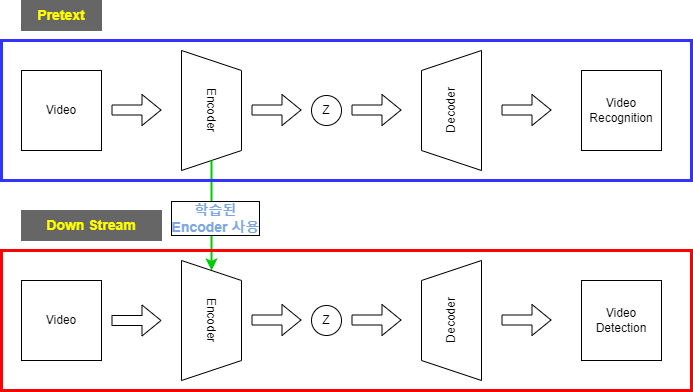
Kyoungrae-Noh/Self-Supervised-Learning keeps this draw.io diagram as 연구주제.drawio.png. Above is the earlier version. Source tidied: cells renumbered, new cells last; positions are measured from the earlier drawing's top-left corner, leaving out a move shared by most shapes.
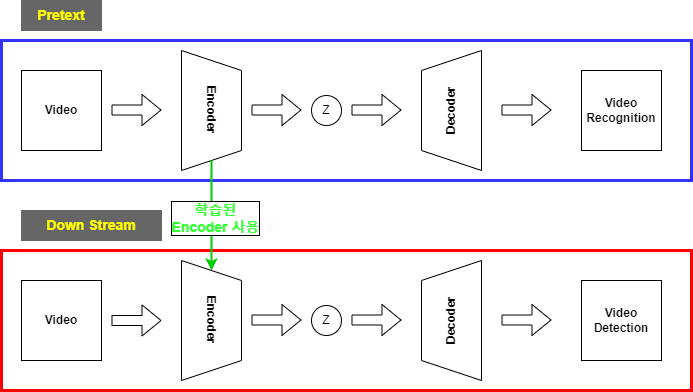
After the change.

Commit message:
연구주제.drawio.png 업데이트

What changed in the source:
```diff
@@ -2,10 +2,16 @@
   <root>
     <mxCell id="0" />
     <mxCell id="1" parent="0" />
+    <mxCell id="24" style="rounded=0;whiteSpace=wrap;html=1;strokeColor=#FF0000;strokeWidth=3;fontColor=#3333FF;fillColor=none;labelBackgroundColor=#FFFFFF;" parent="1" vertex="1">
+      <mxGeometry y="250" width="690" height="140" as="geometry" />
+    </mxCell>
+    <mxCell id="25" style="rounded=0;whiteSpace=wrap;html=1;strokeColor=#3333FF;strokeWidth=3;fontColor=#3333FF;fillColor=none;labelBackgroundColor=#FFFFFF;" parent="1" vertex="1">
+      <mxGeometry y="40" width="690" height="140" as="geometry" />
+    </mxCell>
-    <mxCell id="2" value="Encoder" style="shape=trapezoid;perimeter=trapezoidPerimeter;whiteSpace=wrap;html=1;fixedSize=1;rotation=90;" parent="1" vertex="1">
+    <mxCell id="2" value="&lt;b&gt;Encoder&lt;/b&gt;" style="shape=trapezoid;perimeter=trapezoidPerimeter;whiteSpace=wrap;html=1;fixedSize=1;rotation=90;" parent="1" vertex="1">
       <mxGeometry x="150" y="80" width="120" height="60" as="geometry" />
     </mxCell>
-    <mxCell id="3" value="Video" style="whiteSpace=wrap;html=1;" parent="1" vertex="1">
+    <mxCell id="3" value="&lt;b&gt;Video&lt;/b&gt;" style="whiteSpace=wrap;html=1;" parent="1" vertex="1">
       <mxGeometry x="20" y="70" width="80" height="80" as="geometry" />
     </mxCell>
     <mxCell id="4" style="shape=flexArrow;endArrow=classic;html=1;rounded=0;fillColor=#FFFFFF;" parent="1" edge="1">
@@ -14,7 +20,7 @@
         <mxPoint x="160" y="109.5" as="targetPoint" />
       </mxGeometry>
     </mxCell>
-    <mxCell id="5" value="Decoder" style="shape=trapezoid;perimeter=trapezoidPerimeter;whiteSpace=wrap;html=1;fixedSize=1;rotation=-90;" parent="1" vertex="1">
+    <mxCell id="5" value="&lt;b&gt;Decoder&lt;/b&gt;" style="shape=trapezoid;perimeter=trapezoidPerimeter;whiteSpace=wrap;html=1;fixedSize=1;rotation=-90;" parent="1" vertex="1">
       <mxGeometry x="390" y="80" width="120" height="60" as="geometry" />
     </mxCell>
     <mxCell id="6" style="shape=flexArrow;endArrow=classic;html=1;rounded=0;fillColor=#FFFFFF;" parent="1" edge="1">
@@ -38,7 +44,7 @@
         <mxPoint x="550" y="109.5" as="targetPoint" />
       </mxGeometry>
     </mxCell>
-    <mxCell id="10" value="Video&lt;br&gt;Recognition" style="whiteSpace=wrap;html=1;" parent="1" vertex="1">
+    <mxCell id="10" value="&lt;b&gt;Video&lt;br&gt;Recognition&lt;/b&gt;" style="whiteSpace=wrap;html=1;" parent="1" vertex="1">
       <mxGeometry x="580" y="70" width="80" height="80" as="geometry" />
     </mxCell>
     <mxCell id="11" style="endArrow=classic;html=1;rounded=0;fillColor=#FFFFFF;exitX=1;exitY=0.5;exitDx=0;exitDy=0;entryX=0;entryY=0.5;entryDx=0;entryDy=0;strokeWidth=2;strokeColor=#00CC00;" parent="1" edge="1" target="13">
@@ -46,18 +52,18 @@
         <mxPoint x="210" y="160" as="sourcePoint" />
       </mxGeometry>
     </mxCell>
-    <mxCell id="12" value="&lt;font color=&quot;#7ea6e0&quot;&gt;&lt;b&gt;학습된 &lt;br&gt;Encoder 사용&lt;/b&gt;&lt;/font&gt;" style="edgeLabel;html=1;align=center;verticalAlign=middle;fontSize=14;fontColor=#FFFF00;labelBorderColor=default;" parent="11" vertex="1">
+    <mxCell id="12" value="&lt;b style=&quot;&quot;&gt;&lt;font color=&quot;#33ff33&quot;&gt;학습된 &lt;br&gt;Encoder 사용&lt;/font&gt;&lt;/b&gt;" style="edgeLabel;html=1;align=center;verticalAlign=middle;fontSize=14;fontColor=#FFFF00;labelBorderColor=default;" parent="11" vertex="1">
       <mxGeometry x="0.34" y="-4" relative="1" as="geometry">
         <mxPoint x="7" y="-17" as="offset" />
       </mxGeometry>
     </mxCell>
-    <mxCell id="13" value="Encoder" style="shape=trapezoid;perimeter=trapezoidPerimeter;whiteSpace=wrap;html=1;fixedSize=1;rotation=90;" parent="1" vertex="1">
+    <mxCell id="13" value="&lt;b&gt;Encoder&lt;/b&gt;" style="shape=trapezoid;perimeter=trapezoidPerimeter;whiteSpace=wrap;html=1;fixedSize=1;rotation=90;" parent="1" vertex="1">
       <mxGeometry x="150" y="290" width="120" height="60" as="geometry" />
     </mxCell>
     <mxCell id="14" value="&lt;b&gt;&lt;font color=&quot;#ffff00&quot; style=&quot;font-size: 14px;&quot;&gt;Pretext&lt;/font&gt;&lt;/b&gt;" style="rounded=0;whiteSpace=wrap;html=1;fillColor=#666666;strokeColor=#666666;" parent="1" vertex="1">
       <mxGeometry x="20" width="80" height="30" as="geometry" />
     </mxCell>
-    <mxCell id="15" value="Video" style="whiteSpace=wrap;html=1;" parent="1" vertex="1">
+    <mxCell id="15" value="&lt;b&gt;Video&lt;/b&gt;" style="whiteSpace=wrap;html=1;" parent="1" vertex="1">
       <mxGeometry x="20" y="280" width="80" height="80" as="geometry" />
     </mxCell>
     <mxCell id="16" style="shape=flexArrow;endArrow=classic;html=1;rounded=0;fillColor=#FFFFFF;" parent="1" edge="1">
@@ -69,7 +75,7 @@
     <mxCell id="17" value="&lt;b&gt;&lt;font color=&quot;#ffff00&quot; style=&quot;font-size: 14px;&quot;&gt;Down Stream&lt;/font&gt;&lt;/b&gt;" style="rounded=0;whiteSpace=wrap;html=1;fillColor=#666666;strokeColor=#666666;" parent="1" vertex="1">
       <mxGeometry x="20" y="210" width="140" height="30" as="geometry" />
     </mxCell>
-    <mxCell id="18" value="Video&lt;br&gt;Detection" style="whiteSpace=wrap;html=1;" parent="1" vertex="1">
+    <mxCell id="18" value="&lt;b&gt;Video&lt;br&gt;Detection&lt;/b&gt;" style="whiteSpace=wrap;html=1;" parent="1" vertex="1">
       <mxGeometry x="580" y="280" width="80" height="80" as="geometry" />
     </mxCell>
     <mxCell id="19" style="shape=flexArrow;endArrow=classic;html=1;rounded=0;fillColor=#FFFFFF;" parent="1" edge="1">
@@ -78,7 +84,7 @@
         <mxPoint x="550" y="319.5" as="targetPoint" />
       </mxGeometry>
     </mxCell>
-    <mxCell id="20" value="Decoder" style="shape=trapezoid;perimeter=trapezoidPerimeter;whiteSpace=wrap;html=1;fixedSize=1;rotation=-90;" parent="1" vertex="1">
+    <mxCell id="20" value="&lt;b&gt;Decoder&lt;/b&gt;" style="shape=trapezoid;perimeter=trapezoidPerimeter;whiteSpace=wrap;html=1;fixedSize=1;rotation=-90;" parent="1" vertex="1">
       <mxGeometry x="390" y="290" width="120" height="60" as="geometry" />
     </mxCell>
     <mxCell id="21" style="shape=flexArrow;endArrow=classic;html=1;rounded=0;fillColor=#FFFFFF;" parent="1" edge="1">
@@ -96,11 +102,5 @@
         <mxPoint x="400" y="319.5" as="targetPoint" />
       </mxGeometry>
     </mxCell>
-    <mxCell id="24" style="rounded=0;whiteSpace=wrap;html=1;strokeColor=#FF0000;strokeWidth=3;fontColor=#3333FF;fillColor=none;labelBackgroundColor=#FFFFFF;" parent="1" vertex="1">
-      <mxGeometry y="250" width="690" height="140" as="geometry" />
-    </mxCell>
-    <mxCell id="25" style="rounded=0;whiteSpace=wrap;html=1;strokeColor=#3333FF;strokeWidth=3;fontColor=#3333FF;fillColor=none;labelBackgroundColor=#FFFFFF;" parent="1" vertex="1">
-      <mxGeometry y="40" width="690" height="140" as="geometry" />
-    </mxCell>
   </root>
 </mxGraphModel>
```
